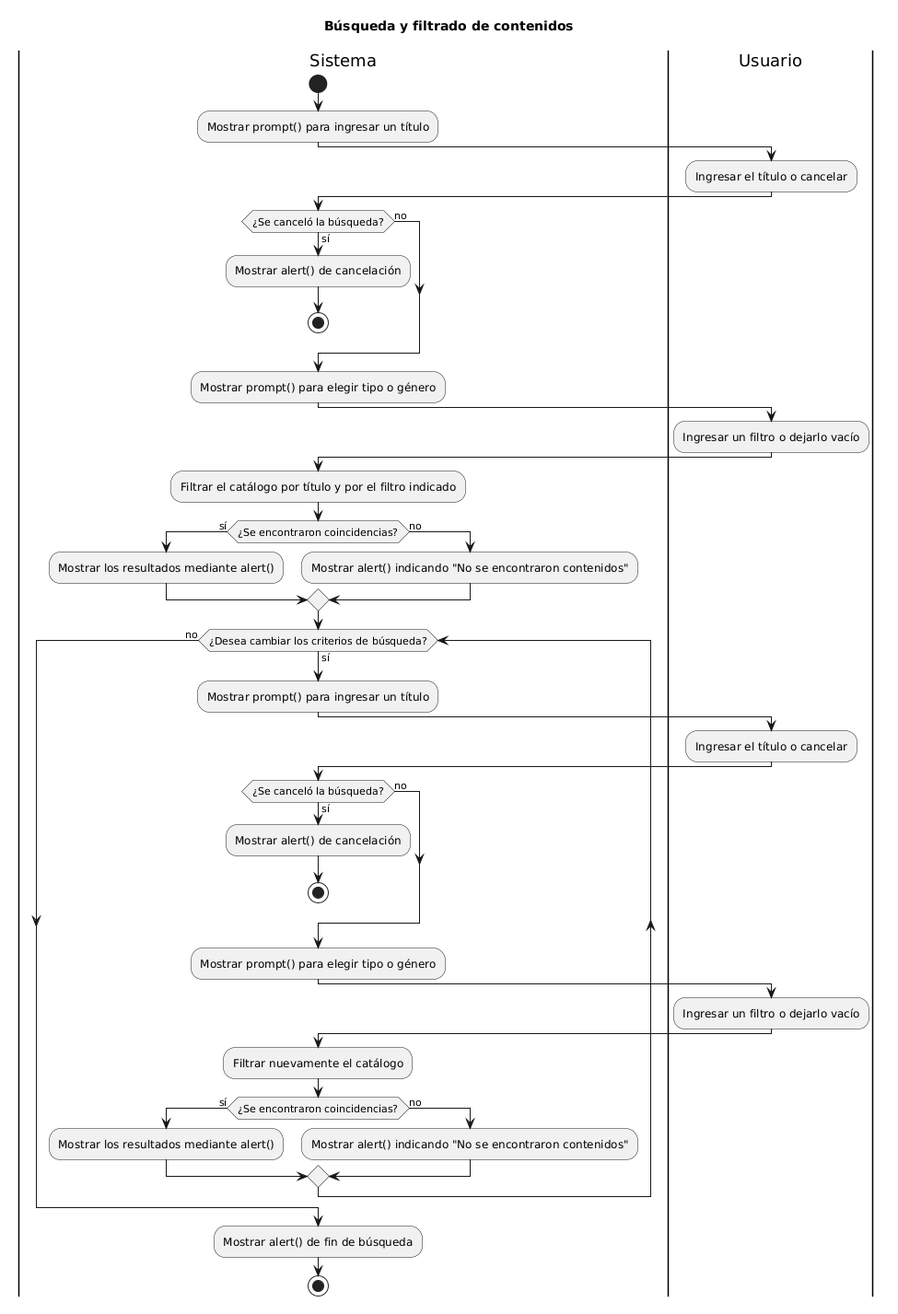
Earlier version of the PlantUML export docs/05-diagramas/01-diagrama-de-actividades/actividad-flujo-1-busqueda.png (keviineze/proyecto-web-peliculas).
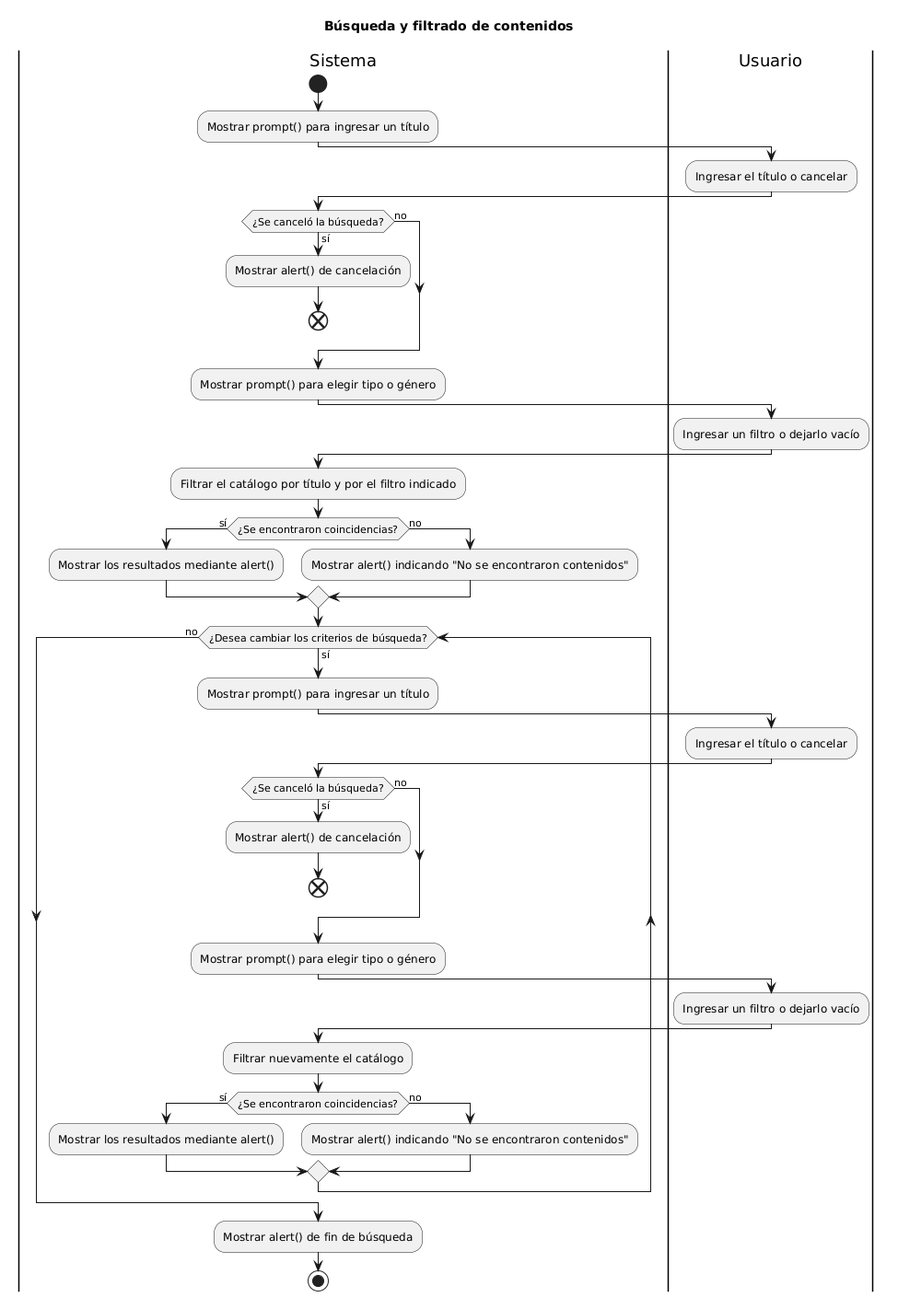
Later version of the same file.

Change to the diagram source:
```diff
@@ -9,7 +9,7 @@
 |Sistema|
 if (¿Se canceló la búsqueda?) then (sí)
   :Mostrar alert() de cancelación;
-  stop
+  end
 else (no)
 endif
 
@@ -32,7 +32,7 @@
   |Sistema|
   if (¿Se canceló la búsqueda?) then (sí)
     :Mostrar alert() de cancelación;
-    stop
+    end
   else (no)
   endif
   :Mostrar prompt() para elegir tipo o género;
```
